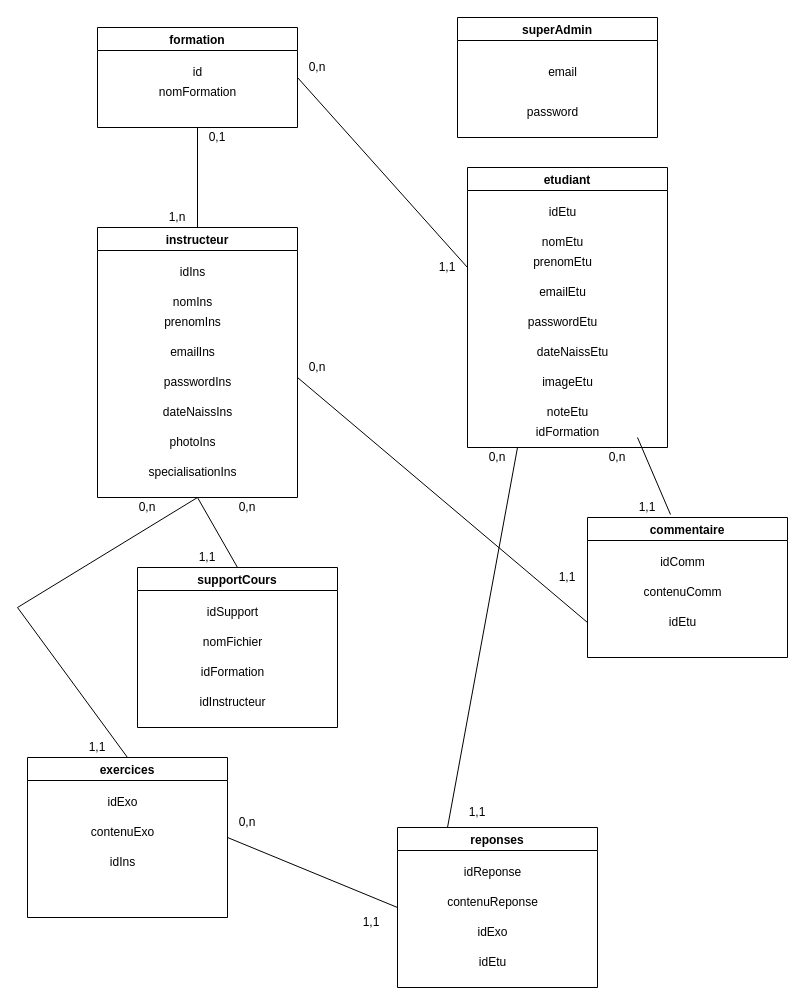
Lvmzoo-Dev/hackaton_gomycode keeps this draw.io diagram as Diagramme sans nom.drawio. Above is the earlier version. Source tidied: cells renumbered, new cells numbered last; positions are measured from the earlier drawing's top-left corner, leaving out a move shared by most shapes. Both pictures are drawn from the tidied source at 100%, with x=0, y=0 at pixel (17, 17).
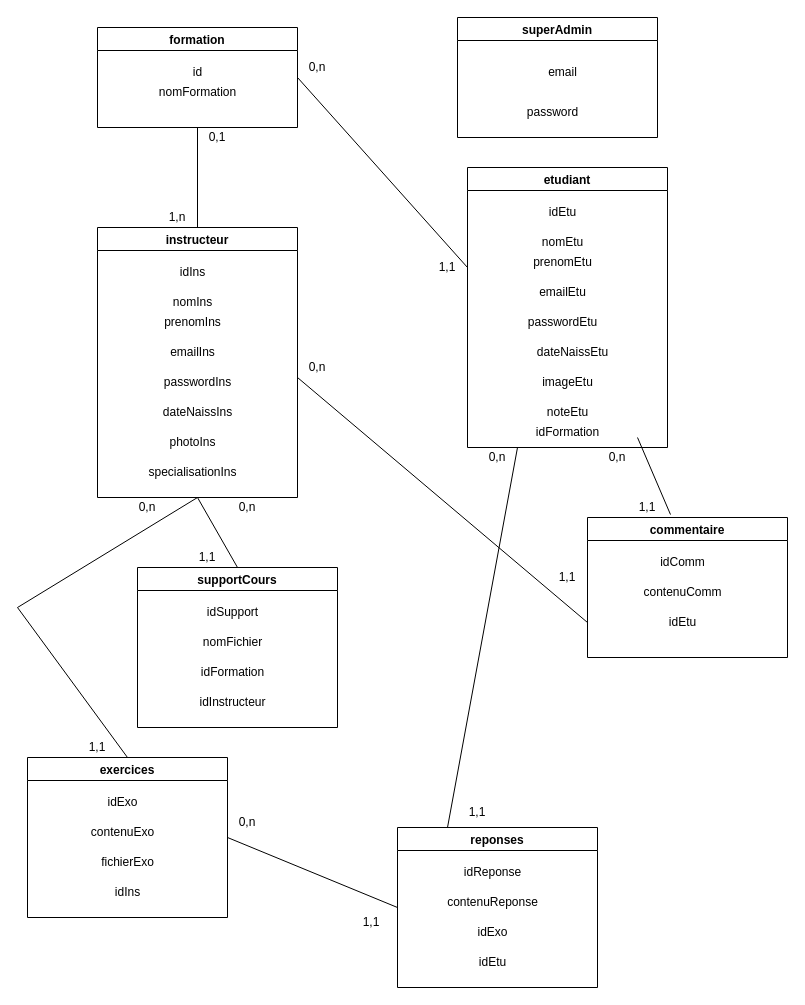
After the change.

Commit message:
Mettre à jour Diagramme.drawio

The change refers to these unchanged cells:
```xml
<mxCell id="36" value="exercices" style="swimlane;" parent="1" vertex="1">
  <mxGeometry x="10" y="740" width="200" height="160" as="geometry" />
</mxCell>
```

What changed in the source:
```diff
@@
     <mxCell id="39" value="idIns" style="text;html=1;align=center;verticalAlign=middle;strokeColor=none;fillColor=none;" parent="36" vertex="1">
-      <mxGeometry x="70" y="90" width="50" height="30" as="geometry" />
+      <mxGeometry x="75" y="120" width="50" height="30" as="geometry" />
     </mxCell>
+    <mxCell id="69" value="fichierExo" style="text;html=1;align=center;verticalAlign=middle;strokeColor=none;fillColor=none;" parent="36" vertex="1">
+      <mxGeometry x="60" y="90" width="80" height="30" as="geometry" />
+    </mxCell>
```
